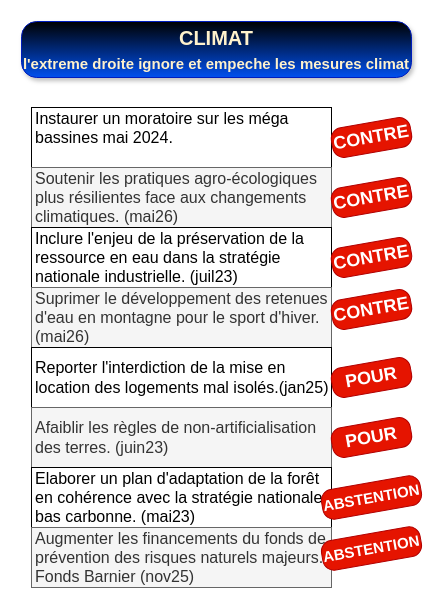
The draw.io diagram drawio/Climat_1.drawio in bernard44600/cedbn, before the edit. Source tidied: cells renumbered, new cells numbered last; positions are measured from the earlier drawing's top-left corner, leaving out a move shared by most shapes. Both pictures are drawn from the tidied source at 100%, with x=0, y=0 at pixel (21, 21).
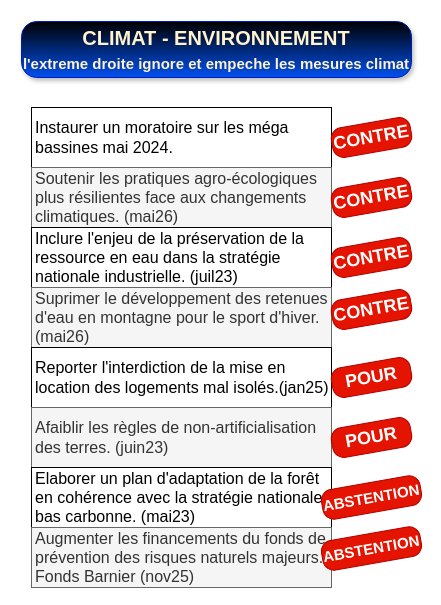
The same diagram, later.

What changed in the source:
```diff
@@
 <mxGraphModel>
   <root>
     <mxCell id="0" />
     <mxCell id="1" parent="0" />
-    <mxCell id="2" value="&lt;font face=&quot;Helvetica&quot;&gt;&lt;b&gt;CLIMAT&lt;br&gt;&lt;font style=&quot;font-size: 15px;&quot;&gt;l'extreme droite ignore et empeche les mesures climat&lt;/font&gt;&lt;/b&gt;&lt;/font&gt;" style="rounded=1;whiteSpace=wrap;html=1;fontSize=20;fillColor=#0050ef;strokeColor=#001DBC;fontColor=#FFF2CC;gradientColor=default;gradientDirection=north;roundedPerimeter=1;shadow=1;glass=0;multiple=0;fontFamily=Tahoma;labelBackgroundColor=none;arcSize=27;" parent="1" vertex="1">
+    <mxCell id="2" value="&lt;font face=&quot;Helvetica&quot;&gt;&lt;b&gt;CLIMAT - ENVIRONNEMENT&lt;br&gt;&lt;font style=&quot;font-size: 15px;&quot;&gt;l'extreme droite ignore et empeche les mesures climat&lt;/font&gt;&lt;/b&gt;&lt;/font&gt;" style="rounded=1;whiteSpace=wrap;html=1;fontSize=20;fillColor=#0050ef;strokeColor=#001DBC;fontColor=#FFF2CC;gradientColor=default;gradientDirection=north;roundedPerimeter=1;shadow=1;glass=0;multiple=0;fontFamily=Tahoma;labelBackgroundColor=none;arcSize=27;" parent="1" vertex="1">
       <mxGeometry width="390" height="56" as="geometry" />
     </mxCell>
-    <mxCell id="3" value="&lt;div&gt;Instaurer un moratoire sur les méga bassines mai 2024.&lt;/div&gt;&lt;div&gt;&lt;br&gt;&lt;/div&gt;" style="rounded=0;whiteSpace=wrap;html=1;fontFamily=Helvetica;fontSize=16;align=left;spacingLeft=2;" parent="1" vertex="1">
+    <mxCell id="3" value="&lt;div&gt;Instaurer un moratoire sur les méga bassines mai 2024.&lt;/div&gt;" style="rounded=0;whiteSpace=wrap;html=1;fontFamily=Helvetica;fontSize=16;align=left;spacingLeft=2;" parent="1" vertex="1">
       <mxGeometry x="10" y="86" width="300" height="60" as="geometry" />
     </mxCell>
     <mxCell id="4" value="&lt;div&gt;Soutenir les pratiques agro-écologiques plus résilientes face aux changements climatiques. (mai26)&lt;/div&gt;" style="rounded=0;whiteSpace=wrap;html=1;fontFamily=Helvetica;fontSize=16;align=left;fillColor=#f5f5f5;fontColor=#333333;strokeColor=#666666;spacingLeft=2;" parent="1" vertex="1">
       <mxGeometry x="10" y="146" width="300" height="60" as="geometry" />
     </mxCell>
     <mxCell id="5" value="Inclure l'enjeu de la préservation de la ressource en eau dans la stratégie nationale industrielle. (juil23)" style="rounded=0;whiteSpace=wrap;html=1;fontFamily=Helvetica;fontSize=16;align=left;spacingLeft=2;" parent="1" vertex="1">
       <mxGeometry x="10" y="206" width="300" height="60" as="geometry" />
     </mxCell>
     <mxCell id="6" value="&lt;div&gt;&lt;span style=&quot;background-color: transparent; color: light-dark(rgb(51, 51, 51), rgb(193, 193, 193));&quot;&gt;Suprimer le développement des retenues d'eau en montagne pour le sport d'hiver. (mai26)&lt;/span&gt;&lt;/div&gt;" style="rounded=0;whiteSpace=wrap;html=1;fontFamily=Helvetica;fontSize=16;align=left;fillColor=#f5f5f5;fontColor=#333333;strokeColor=#666666;spacingLeft=2;" parent="1" vertex="1">
       <mxGeometry x="10" y="266" width="300" height="60" as="geometry" />
     </mxCell>
     <mxCell id="7" value="Reporter l'interdiction de la mise en location des logements mal isolés.(jan25)" style="rounded=0;whiteSpace=wrap;html=1;fontFamily=Helvetica;fontSize=16;align=left;spacingLeft=2;" parent="1" vertex="1">
       <mxGeometry x="10" y="326" width="300" height="60" as="geometry" />
     </mxCell>
     <mxCell id="8" value="Afaiblir les règles de non-artificialisation des terres. (juin23)" style="rounded=0;whiteSpace=wrap;html=1;fontFamily=Helvetica;fontSize=16;align=left;fillColor=#f5f5f5;fontColor=#333333;strokeColor=#666666;spacingLeft=2;" parent="1" vertex="1">
       <mxGeometry x="10" y="386" width="300" height="60" as="geometry" />
     </mxCell>
     <mxCell id="9" value="Elaborer un plan d'adaptation de la forêt en cohérence avec la stratégie nationale bas carbonne. (mai23)" style="rounded=0;whiteSpace=wrap;html=1;fontFamily=Helvetica;fontSize=16;align=left;spacingLeft=2;" parent="1" vertex="1">
       <mxGeometry x="10" y="446" width="300" height="60" as="geometry" />
     </mxCell>
     <mxCell id="10" value="Augmenter les financements du fonds de prévention des risques naturels majeurs. Fonds Barnier (nov25)" style="rounded=0;whiteSpace=wrap;html=1;fontFamily=Helvetica;fontSize=16;align=left;fillColor=#f5f5f5;fontColor=#333333;strokeColor=#666666;spacingLeft=2;" parent="1" vertex="1">
       <mxGeometry x="10" y="506" width="300" height="60" as="geometry" />
     </mxCell>
     <mxCell id="11" value="CONTRE" style="text;html=1;whiteSpace=wrap;strokeColor=#B20000;fillColor=#e51400;align=center;verticalAlign=middle;rounded=1;fontSize=18;fontColor=#ffffff;fontStyle=1;roundedPerimeter=1;arcSize=37;rotation=-10;" parent="1" vertex="1">
       <mxGeometry x="310" y="101" width="80" height="30" as="geometry" />
     </mxCell>
     <mxCell id="12" value="CONTRE" style="text;html=1;whiteSpace=wrap;strokeColor=#B20000;fillColor=#e51400;align=center;verticalAlign=middle;rounded=1;fontSize=18;fontColor=#ffffff;fontStyle=1;roundedPerimeter=1;arcSize=37;rotation=-10;" parent="1" vertex="1">
       <mxGeometry x="310" y="161" width="80" height="30" as="geometry" />
     </mxCell>
     <mxCell id="13" value="CONTRE" style="text;html=1;whiteSpace=wrap;strokeColor=#B20000;fillColor=#e51400;align=center;verticalAlign=middle;rounded=1;fontSize=18;fontColor=#ffffff;fontStyle=1;roundedPerimeter=1;arcSize=37;rotation=-10;" parent="1" vertex="1">
       <mxGeometry x="310" y="221" width="80" height="30" as="geometry" />
     </mxCell>
     <mxCell id="14" value="CONTRE" style="text;html=1;whiteSpace=wrap;strokeColor=#B20000;fillColor=#e51400;align=center;verticalAlign=middle;rounded=1;fontSize=18;fontColor=#ffffff;fontStyle=1;roundedPerimeter=1;arcSize=37;rotation=-10;" parent="1" vertex="1">
       <mxGeometry x="310" y="273" width="80" height="30" as="geometry" />
     </mxCell>
     <mxCell id="15" value="ABSTENTION" style="text;html=1;whiteSpace=wrap;strokeColor=#B20000;fillColor=#e51400;align=center;verticalAlign=middle;rounded=1;fontSize=15;fontColor=#ffffff;fontStyle=1;roundedPerimeter=1;arcSize=37;rotation=-10;" parent="1" vertex="1">
       <mxGeometry x="300" y="512" width="100" height="30" as="geometry" />
     </mxCell>
     <mxCell id="16" value="ABSTENTION" style="text;html=1;whiteSpace=wrap;strokeColor=#B20000;fillColor=#e51400;align=center;verticalAlign=middle;rounded=1;fontSize=15;fontColor=#ffffff;fontStyle=1;roundedPerimeter=1;arcSize=37;rotation=-10;" parent="1" vertex="1">
       <mxGeometry x="300" y="461" width="100" height="30" as="geometry" />
     </mxCell>
     <mxCell id="17" value="POUR" style="text;html=1;whiteSpace=wrap;strokeColor=#B20000;fillColor=#e51400;align=center;verticalAlign=middle;rounded=1;fontSize=18;fontColor=#ffffff;fontStyle=1;roundedPerimeter=1;arcSize=37;rotation=-10;" parent="1" vertex="1">
       <mxGeometry x="310" y="401" width="80" height="30" as="geometry" />
     </mxCell>
     <mxCell id="18" value="POUR" style="text;html=1;whiteSpace=wrap;strokeColor=#B20000;fillColor=#e51400;align=center;verticalAlign=middle;rounded=1;fontSize=18;fontColor=#ffffff;fontStyle=1;roundedPerimeter=1;arcSize=37;rotation=-10;" parent="1" vertex="1">
       <mxGeometry x="310" y="341" width="80" height="30" as="geometry" />
     </mxCell>
   </root>
 </mxGraphModel>
```
